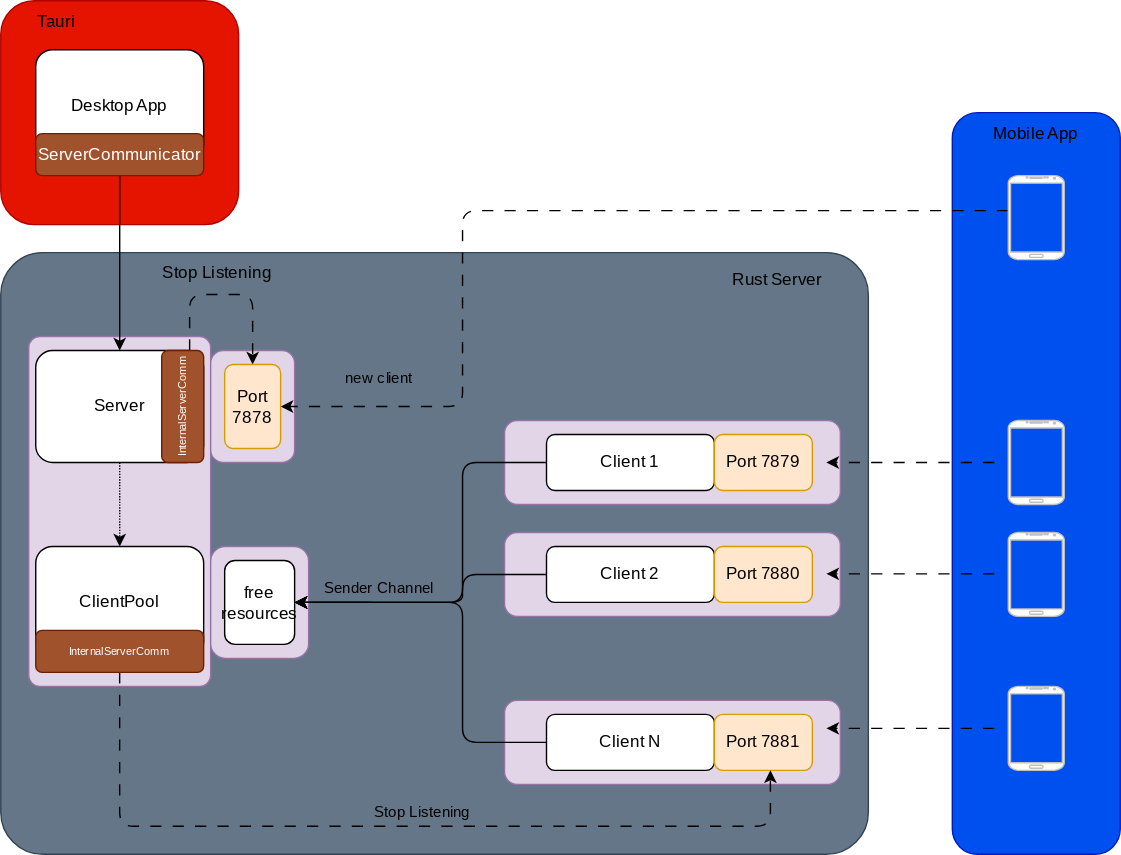
This is Architecture.svg from PropzSaladaz/Laze, a draw.io export, as it was before one commit. Source tidied: cells renumbered, new cells last; positions are measured from the earlier drawing's top-left corner, leaving out a move shared by most shapes. Its diagram source:
```xml
<mxGraphModel>
  <root>
    <mxCell id="0" />
    <mxCell id="1" parent="0" />
    <mxCell id="2" style="rounded=1;whiteSpace=wrap;html=1;fillColor=#0050ef;strokeColor=#001DBC;fontColor=#ffffff;" parent="1" vertex="1">
      <mxGeometry x="680" y="80" width="120" height="530" as="geometry" />
    </mxCell>
    <mxCell id="3" style="rounded=1;whiteSpace=wrap;html=1;arcSize=7;fillColor=#647687;fontColor=#ffffff;strokeColor=#314354;" parent="1" vertex="1">
      <mxGeometry y="180" width="620" height="430" as="geometry" />
    </mxCell>
    <mxCell id="4" style="rounded=1;whiteSpace=wrap;html=1;fillColor=#e51400;fontColor=#ffffff;strokeColor=#B20000;" parent="1" vertex="1">
      <mxGeometry width="170" height="160" as="geometry" />
    </mxCell>
    <mxCell id="5" style="rounded=1;whiteSpace=wrap;html=1;fillColor=#e1d5e7;strokeColor=#9673a6;arcSize=6;" parent="1" vertex="1">
      <mxGeometry x="20" y="240" width="130" height="250" as="geometry" />
    </mxCell>
    <mxCell id="6" style="rounded=1;whiteSpace=wrap;html=1;fillColor=#e1d5e7;strokeColor=#9673a6;" parent="1" vertex="1">
      <mxGeometry x="150" y="250" width="60" height="80" as="geometry" />
    </mxCell>
    <mxCell id="7" style="edgeStyle=orthogonalEdgeStyle;rounded=1;jettySize=auto;html=1;dashed=1;dashPattern=8 8;" parent="1" edge="1" source="43" target="35">
      <mxGeometry relative="1" as="geometry">
        <Array as="points">
          <mxPoint x="135" y="210" />
          <mxPoint x="180" y="210" />
        </Array>
      </mxGeometry>
    </mxCell>
    <mxCell id="8" style="rounded=1;whiteSpace=wrap;html=1;fillColor=#e1d5e7;strokeColor=#9673a6;" parent="1" vertex="1">
      <mxGeometry x="150" y="390" width="70" height="80" as="geometry" />
    </mxCell>
    <mxCell id="9" style="rounded=1;whiteSpace=wrap;html=1;fillColor=#e1d5e7;strokeColor=#9673a6;" parent="1" vertex="1">
      <mxGeometry x="360" y="500" width="240" height="60" as="geometry" />
    </mxCell>
    <mxCell id="10" style="rounded=1;whiteSpace=wrap;html=1;fillColor=#e1d5e7;strokeColor=#9673a6;" parent="1" vertex="1">
      <mxGeometry x="360" y="380" width="240" height="60" as="geometry" />
    </mxCell>
    <mxCell id="11" style="rounded=1;whiteSpace=wrap;html=1;fillColor=#e1d5e7;strokeColor=#9673a6;" parent="1" vertex="1">
      <mxGeometry x="360" y="300" width="240" height="60" as="geometry" />
    </mxCell>
    <mxCell id="12" style="edgeStyle=orthogonalEdgeStyle;rounded=1;jettySize=auto;html=1;dashed=1;dashPattern=1 1;" parent="1" edge="1" source="13" target="14">
      <mxGeometry relative="1" as="geometry" />
    </mxCell>
    <mxCell id="13" value="&lt;div&gt;Server&lt;/div&gt;" style="rounded=1;whiteSpace=wrap;html=1;fontFamily=Architects Daughter;" parent="1" vertex="1">
      <mxGeometry x="25" y="250" width="120" height="80" as="geometry" />
    </mxCell>
    <mxCell id="14" value="&lt;div&gt;ClientPool&lt;/div&gt;" style="rounded=1;whiteSpace=wrap;html=1;fontFamily=Architects Daughter;" parent="1" vertex="1">
      <mxGeometry x="25" y="390" width="120" height="80" as="geometry" />
    </mxCell>
    <mxCell id="15" style="edgeStyle=orthogonalEdgeStyle;rounded=1;orthogonalLoop=1;jettySize=auto;html=1;" parent="1" edge="1" source="37" target="37">
      <mxGeometry relative="1" as="geometry">
        <Array as="points">
          <mxPoint x="270" y="430" />
          <mxPoint x="270" y="430" />
        </Array>
      </mxGeometry>
    </mxCell>
    <mxCell id="16" value="Client 1" style="rounded=1;whiteSpace=wrap;html=1;fontFamily=Architects Daughter;" parent="1" vertex="1">
      <mxGeometry x="390" y="310" width="120" height="40" as="geometry" />
    </mxCell>
    <mxCell id="17" style="edgeStyle=orthogonalEdgeStyle;rounded=1;jettySize=auto;html=1;" parent="1" edge="1" source="18" target="37">
      <mxGeometry relative="1" as="geometry">
        <Array as="points">
          <mxPoint x="330" y="410" />
          <mxPoint x="330" y="430" />
        </Array>
      </mxGeometry>
    </mxCell>
    <mxCell id="18" value="Client 2" style="rounded=1;whiteSpace=wrap;html=1;fontFamily=Architects Daughter;" parent="1" vertex="1">
      <mxGeometry x="390" y="390" width="120" height="40" as="geometry" />
    </mxCell>
    <mxCell id="19" style="edgeStyle=orthogonalEdgeStyle;rounded=1;jettySize=auto;html=1;" parent="1" edge="1" source="21" target="37">
      <mxGeometry relative="1" as="geometry">
        <Array as="points">
          <mxPoint x="330" y="530" />
          <mxPoint x="330" y="430" />
        </Array>
      </mxGeometry>
    </mxCell>
    <mxCell id="20" value="Sender Channel" style="edgeLabel;html=1;align=center;verticalAlign=middle;rounded=1;fontFamily=Architects Daughter;labelBackgroundColor=none;" parent="19" vertex="1">
      <mxGeometry x="0.7" y="2" relative="1" as="geometry">
        <mxPoint x="18" y="-12" as="offset" />
      </mxGeometry>
    </mxCell>
    <mxCell id="21" value="Client N" style="rounded=1;whiteSpace=wrap;html=1;fontFamily=Architects Daughter;" parent="1" vertex="1">
      <mxGeometry x="390" y="510" width="120" height="40" as="geometry" />
    </mxCell>
    <mxCell id="22" value="Port 7879" style="rounded=1;whiteSpace=wrap;html=1;fillColor=#ffe6cc;strokeColor=#d79b00;fontFamily=Architects Daughter;" parent="1" vertex="1">
      <mxGeometry x="510" y="310" width="70" height="40" as="geometry" />
    </mxCell>
    <mxCell id="23" value="Port 7880" style="rounded=1;whiteSpace=wrap;html=1;fillColor=#ffe6cc;strokeColor=#d79b00;fontFamily=Architects Daughter;" parent="1" vertex="1">
      <mxGeometry x="510" y="390" width="70" height="40" as="geometry" />
    </mxCell>
    <mxCell id="24" value="Port 7881" style="rounded=1;whiteSpace=wrap;html=1;fillColor=#ffe6cc;strokeColor=#d79b00;fontFamily=Architects Daughter;" parent="1" vertex="1">
      <mxGeometry x="510" y="510" width="70" height="40" as="geometry" />
    </mxCell>
    <mxCell id="25" style="endArrow=classic;html=1;rounded=1;dashed=1;dashPattern=8 8;" parent="1" edge="1">
      <mxGeometry relative="1" as="geometry">
        <mxPoint x="710" y="330" as="sourcePoint" />
        <mxPoint x="590" y="330" as="targetPoint" />
      </mxGeometry>
    </mxCell>
    <mxCell id="26" style="endArrow=classic;html=1;rounded=1;dashed=1;dashPattern=8 8;" parent="1" edge="1">
      <mxGeometry relative="1" as="geometry">
        <mxPoint x="710" y="409.6" as="sourcePoint" />
        <mxPoint x="590" y="409.6" as="targetPoint" />
      </mxGeometry>
    </mxCell>
    <mxCell id="27" style="endArrow=classic;html=1;rounded=1;dashed=1;dashPattern=8 8;" parent="1" edge="1">
      <mxGeometry relative="1" as="geometry">
        <mxPoint x="710" y="520" as="sourcePoint" />
        <mxPoint x="590" y="520" as="targetPoint" />
      </mxGeometry>
    </mxCell>
    <mxCell id="28" style="verticalLabelPosition=bottom;verticalAlign=top;html=1;shadow=0;dashed=0;strokeWidth=1;shape=mxgraph.android.phone2;strokeColor=#c0c0c0;hachureGap=4;fontFamily=Architects Daughter;fontSource=https%3A%2F%2Ffonts.googleapis.com%2Fcss%3Ffamily%3DArchitects%2BDaughter;rounded=1;" parent="1" vertex="1">
      <mxGeometry x="720" y="300" width="40" height="60" as="geometry" />
    </mxCell>
    <mxCell id="29" style="verticalLabelPosition=bottom;verticalAlign=top;html=1;shadow=0;dashed=0;strokeWidth=1;shape=mxgraph.android.phone2;strokeColor=#c0c0c0;hachureGap=4;fontFamily=Architects Daughter;fontSource=https%3A%2F%2Ffonts.googleapis.com%2Fcss%3Ffamily%3DArchitects%2BDaughter;rounded=1;" parent="1" vertex="1">
      <mxGeometry x="720" y="380" width="40" height="60" as="geometry" />
    </mxCell>
    <mxCell id="30" style="verticalLabelPosition=bottom;verticalAlign=top;html=1;shadow=0;dashed=0;strokeWidth=1;shape=mxgraph.android.phone2;strokeColor=#c0c0c0;hachureGap=4;fontFamily=Architects Daughter;fontSource=https%3A%2F%2Ffonts.googleapis.com%2Fcss%3Ffamily%3DArchitects%2BDaughter;rounded=1;" parent="1" vertex="1">
      <mxGeometry x="720" y="490" width="40" height="60" as="geometry" />
    </mxCell>
    <mxCell id="31" style="edgeStyle=orthogonalEdgeStyle;rounded=1;jettySize=auto;html=1;" parent="1" edge="1" source="32" target="13">
      <mxGeometry relative="1" as="geometry" />
    </mxCell>
    <mxCell id="32" value="Desktop App" style="rounded=1;whiteSpace=wrap;html=1;fontFamily=Architects Daughter;" parent="1" vertex="1">
      <mxGeometry x="25" y="35" width="120" height="80" as="geometry" />
    </mxCell>
    <mxCell id="33" style="edgeStyle=orthogonalEdgeStyle;rounded=1;jettySize=auto;html=1;dashed=1;dashPattern=8 8;" parent="1" edge="1" source="44" target="24">
      <mxGeometry relative="1" as="geometry">
        <Array as="points">
          <mxPoint x="85" y="590" />
          <mxPoint x="550" y="590" />
        </Array>
      </mxGeometry>
    </mxCell>
    <mxCell id="34" value="Stop Listening" style="edgeLabel;html=1;align=center;verticalAlign=middle;fontFamily=Architects Daughter;rounded=1;labelBackgroundColor=none;" parent="33" vertex="1">
      <mxGeometry x="-0.1" y="-1" relative="1" as="geometry">
        <mxPoint x="48" y="-11" as="offset" />
      </mxGeometry>
    </mxCell>
    <mxCell id="35" value="&lt;div&gt;Port&lt;/div&gt;&lt;div&gt;7878&lt;/div&gt;" style="rounded=1;whiteSpace=wrap;html=1;fillColor=#ffe6cc;strokeColor=#d79b00;fontFamily=Architects Daughter;" parent="1" vertex="1">
      <mxGeometry x="160" y="260" width="40" height="60" as="geometry" />
    </mxCell>
    <mxCell id="36" style="edgeStyle=orthogonalEdgeStyle;rounded=1;jettySize=auto;html=1;" parent="1" edge="1" source="16" target="37">
      <mxGeometry relative="1" as="geometry">
        <Array as="points">
          <mxPoint x="330" y="330" />
          <mxPoint x="330" y="430" />
        </Array>
      </mxGeometry>
    </mxCell>
    <mxCell id="37" value="&lt;div&gt;free&lt;/div&gt;&lt;div&gt;resources&lt;/div&gt;" style="rounded=1;whiteSpace=wrap;html=1;fontFamily=Architects Daughter;" parent="1" vertex="1">
      <mxGeometry x="160" y="400" width="50" height="60" as="geometry" />
    </mxCell>
    <mxCell id="38" value="ServerCommunicator" style="rounded=1;whiteSpace=wrap;html=1;fillColor=#a0522d;strokeColor=#6D1F00;fontColor=#ffffff;fontFamily=Architects Daughter;" parent="1" vertex="1">
      <mxGeometry x="25" y="95" width="120" height="30" as="geometry" />
    </mxCell>
    <mxCell id="39" style="edgeStyle=orthogonalEdgeStyle;rounded=1;jettySize=auto;html=1;dashed=1;dashPattern=8 8;" parent="1" edge="1" source="41" target="35">
      <mxGeometry relative="1" as="geometry">
        <Array as="points">
          <mxPoint x="330" y="150" />
          <mxPoint x="330" y="290" />
        </Array>
      </mxGeometry>
    </mxCell>
    <mxCell id="40" value="new client" style="edgeLabel;html=1;align=center;verticalAlign=middle;fontFamily=Architects Daughter;rounded=1;labelBackgroundColor=none;" parent="39" vertex="1">
      <mxGeometry x="0.03" y="-1" relative="1" as="geometry">
        <mxPoint x="-111" y="121" as="offset" />
      </mxGeometry>
    </mxCell>
    <mxCell id="41" style="verticalLabelPosition=bottom;verticalAlign=top;html=1;shadow=0;dashed=0;strokeWidth=1;shape=mxgraph.android.phone2;strokeColor=#c0c0c0;hachureGap=4;fontFamily=Architects Daughter;fontSource=https%3A%2F%2Ffonts.googleapis.com%2Fcss%3Ffamily%3DArchitects%2BDaughter;rounded=1;" parent="1" vertex="1">
      <mxGeometry x="720" y="125" width="40" height="60" as="geometry" />
    </mxCell>
    <mxCell id="42" value="Stop Listening" style="text;html=1;align=center;verticalAlign=middle;whiteSpace=wrap;rounded=1;fontFamily=Architects Daughter;fontSource=https%3A%2F%2Ffonts.googleapis.com%2Fcss%3Ffamily%3DArchitects%2BDaughter;" parent="1" vertex="1">
      <mxGeometry x="110" y="185" width="90" height="20" as="geometry" />
    </mxCell>
    <mxCell id="43" value="InternalServerComm" style="rounded=1;whiteSpace=wrap;html=1;fillColor=#a0522d;strokeColor=#6D1F00;fontColor=#ffffff;fontFamily=Architects Daughter;fontSize=8;horizontal=0;" parent="1" vertex="1">
      <mxGeometry x="115" y="250" width="30" height="80" as="geometry" />
    </mxCell>
    <mxCell id="44" value="InternalServerComm" style="rounded=1;whiteSpace=wrap;html=1;fillColor=#a0522d;strokeColor=#6D1F00;fontColor=#ffffff;fontFamily=Architects Daughter;fontSize=8;horizontal=1;" parent="1" vertex="1">
      <mxGeometry x="25" y="450" width="120" height="30" as="geometry" />
    </mxCell>
    <mxCell id="45" value="Tauri" style="text;html=1;align=center;verticalAlign=middle;whiteSpace=wrap;rounded=0;fontFamily=Architects Daughter;" parent="1" vertex="1">
      <mxGeometry x="10" width="60" height="30" as="geometry" />
    </mxCell>
    <mxCell id="46" value="Rust Server" style="text;html=1;align=center;verticalAlign=middle;whiteSpace=wrap;rounded=0;fontFamily=Architects Daughter;" parent="1" vertex="1">
      <mxGeometry x="510" y="185" width="90" height="30" as="geometry" />
    </mxCell>
    <mxCell id="47" value="Mobile App" style="text;html=1;align=center;verticalAlign=middle;whiteSpace=wrap;rounded=0;fontFamily=Architects Daughter;" parent="1" vertex="1">
      <mxGeometry x="695" y="80" width="90" height="30" as="geometry" />
    </mxCell>
  </root>
</mxGraphModel>
```
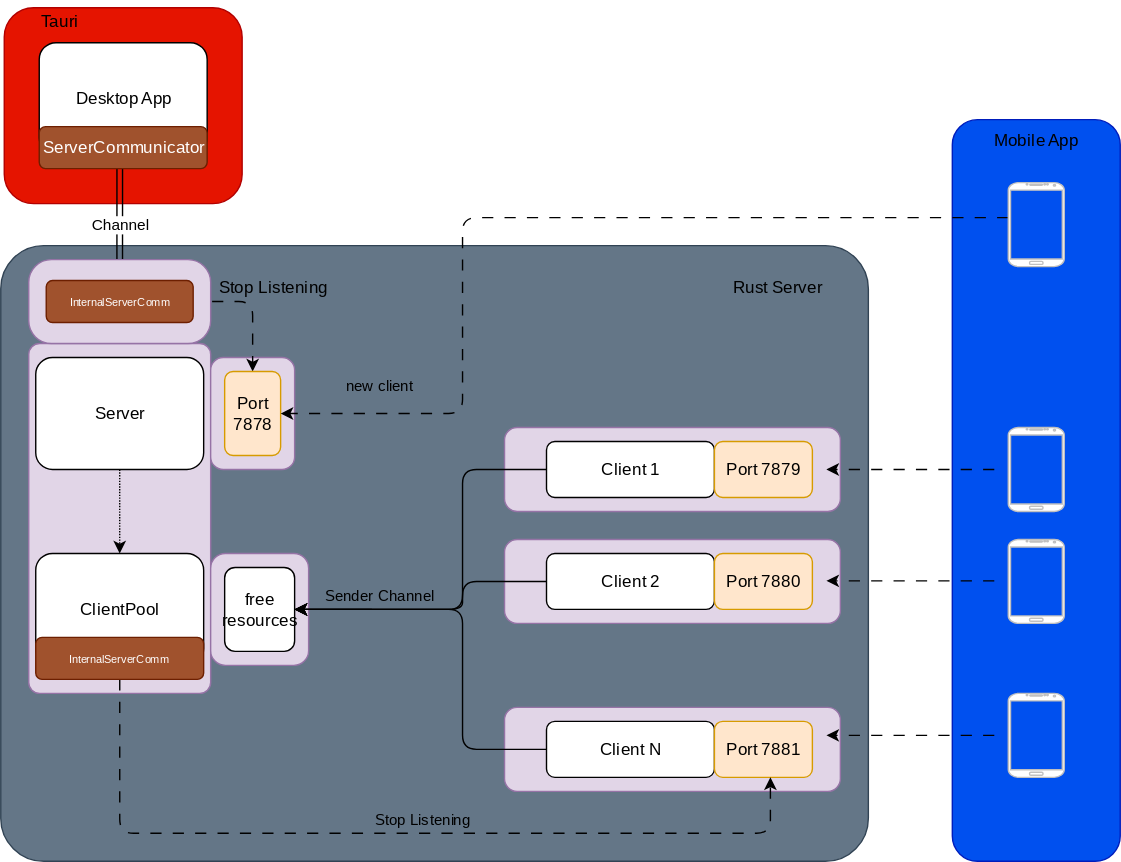
Above is the later version.

Commit message:
update architecture diagram

The edit, as a diff of the source:
```diff
@@ -6,10 +6,10 @@
       <mxGeometry x="680" y="80" width="120" height="530" as="geometry" />
     </mxCell>
     <mxCell id="3" style="rounded=1;whiteSpace=wrap;html=1;arcSize=7;fillColor=#647687;fontColor=#ffffff;strokeColor=#314354;" parent="1" vertex="1">
-      <mxGeometry y="180" width="620" height="430" as="geometry" />
+      <mxGeometry y="170" width="620" height="440" as="geometry" />
     </mxCell>
     <mxCell id="4" style="rounded=1;whiteSpace=wrap;html=1;fillColor=#e51400;fontColor=#ffffff;strokeColor=#B20000;" parent="1" vertex="1">
-      <mxGeometry width="170" height="160" as="geometry" />
+      <mxGeometry x="2.5" width="170" height="140" as="geometry" />
     </mxCell>
     <mxCell id="5" style="rounded=1;whiteSpace=wrap;html=1;fillColor=#e1d5e7;strokeColor=#9673a6;arcSize=6;" parent="1" vertex="1">
       <mxGeometry x="20" y="240" width="130" height="250" as="geometry" />
@@ -120,11 +120,21 @@
     <mxCell id="30" style="verticalLabelPosition=bottom;verticalAlign=top;html=1;shadow=0;dashed=0;strokeWidth=1;shape=mxgraph.android.phone2;strokeColor=#c0c0c0;hachureGap=4;fontFamily=Architects Daughter;fontSource=https%3A%2F%2Ffonts.googleapis.com%2Fcss%3Ffamily%3DArchitects%2BDaughter;rounded=1;" parent="1" vertex="1">
       <mxGeometry x="720" y="490" width="40" height="60" as="geometry" />
     </mxCell>
-    <mxCell id="31" style="edgeStyle=orthogonalEdgeStyle;rounded=1;jettySize=auto;html=1;" parent="1" edge="1" source="32" target="13">
-      <mxGeometry relative="1" as="geometry" />
+    <mxCell id="31" style="edgeStyle=orthogonalEdgeStyle;rounded=1;jettySize=auto;html=1;shape=link;" parent="1" edge="1" source="38" target="43">
+      <mxGeometry relative="1" as="geometry">
+        <Array as="points">
+          <mxPoint x="85" y="130" />
+          <mxPoint x="85" y="130" />
+        </Array>
+      </mxGeometry>
     </mxCell>
+    <mxCell id="48" value="Channel" style="edgeLabel;html=1;align=center;verticalAlign=middle;" parent="31" vertex="1">
+      <mxGeometry x="-0.17" y="-1" relative="1" as="geometry">
+        <mxPoint x="1" y="7" as="offset" />
+      </mxGeometry>
+    </mxCell>
     <mxCell id="32" value="Desktop App" style="rounded=1;whiteSpace=wrap;html=1;fontFamily=Architects Daughter;" parent="1" vertex="1">
-      <mxGeometry x="25" y="35" width="120" height="80" as="geometry" />
+      <mxGeometry x="27.5" y="25" width="120" height="80" as="geometry" />
     </mxCell>
     <mxCell id="33" style="edgeStyle=orthogonalEdgeStyle;rounded=1;jettySize=auto;html=1;dashed=1;dashPattern=8 8;" parent="1" edge="1" source="44" target="24">
       <mxGeometry relative="1" as="geometry">
@@ -154,7 +164,7 @@
       <mxGeometry x="160" y="400" width="50" height="60" as="geometry" />
     </mxCell>
     <mxCell id="38" value="ServerCommunicator" style="rounded=1;whiteSpace=wrap;html=1;fillColor=#a0522d;strokeColor=#6D1F00;fontColor=#ffffff;fontFamily=Architects Daughter;" parent="1" vertex="1">
-      <mxGeometry x="25" y="95" width="120" height="30" as="geometry" />
+      <mxGeometry x="27.5" y="85" width="120" height="30" as="geometry" />
     </mxCell>
     <mxCell id="39" style="edgeStyle=orthogonalEdgeStyle;rounded=1;jettySize=auto;html=1;dashed=1;dashPattern=8 8;" parent="1" edge="1" source="41" target="35">
       <mxGeometry relative="1" as="geometry">
@@ -173,16 +183,13 @@
       <mxGeometry x="720" y="125" width="40" height="60" as="geometry" />
     </mxCell>
     <mxCell id="42" value="Stop Listening" style="text;html=1;align=center;verticalAlign=middle;whiteSpace=wrap;rounded=1;fontFamily=Architects Daughter;fontSource=https%3A%2F%2Ffonts.googleapis.com%2Fcss%3Ffamily%3DArchitects%2BDaughter;" parent="1" vertex="1">
-      <mxGeometry x="110" y="185" width="90" height="20" as="geometry" />
+      <mxGeometry x="150" y="190" width="90" height="20" as="geometry" />
     </mxCell>
-    <mxCell id="43" value="InternalServerComm" style="rounded=1;whiteSpace=wrap;html=1;fillColor=#a0522d;strokeColor=#6D1F00;fontColor=#ffffff;fontFamily=Architects Daughter;fontSize=8;horizontal=0;" parent="1" vertex="1">
-      <mxGeometry x="115" y="250" width="30" height="80" as="geometry" />
-    </mxCell>
     <mxCell id="44" value="InternalServerComm" style="rounded=1;whiteSpace=wrap;html=1;fillColor=#a0522d;strokeColor=#6D1F00;fontColor=#ffffff;fontFamily=Architects Daughter;fontSize=8;horizontal=1;" parent="1" vertex="1">
       <mxGeometry x="25" y="450" width="120" height="30" as="geometry" />
     </mxCell>
     <mxCell id="45" value="Tauri" style="text;html=1;align=center;verticalAlign=middle;whiteSpace=wrap;rounded=0;fontFamily=Architects Daughter;" parent="1" vertex="1">
-      <mxGeometry x="10" width="60" height="30" as="geometry" />
+      <mxGeometry x="12.5" y="-5" width="60" height="30" as="geometry" />
     </mxCell>
     <mxCell id="46" value="Rust Server" style="text;html=1;align=center;verticalAlign=middle;whiteSpace=wrap;rounded=0;fontFamily=Architects Daughter;" parent="1" vertex="1">
       <mxGeometry x="510" y="185" width="90" height="30" as="geometry" />
@@ -190,5 +197,11 @@
     <mxCell id="47" value="Mobile App" style="text;html=1;align=center;verticalAlign=middle;whiteSpace=wrap;rounded=0;fontFamily=Architects Daughter;" parent="1" vertex="1">
       <mxGeometry x="695" y="80" width="90" height="30" as="geometry" />
     </mxCell>
+    <mxCell id="49" style="rounded=1;whiteSpace=wrap;html=1;fillColor=#e1d5e7;strokeColor=#9673a6;arcSize=27;" parent="1" vertex="1">
+      <mxGeometry x="20" y="180" width="130" height="60" as="geometry" />
+    </mxCell>
+    <mxCell id="43" value="InternalServerComm" style="rounded=1;whiteSpace=wrap;html=1;fillColor=#a0522d;strokeColor=#6D1F00;fontColor=#ffffff;fontFamily=Architects Daughter;fontSize=8;horizontal=0;rotation=90;" parent="1" vertex="1">
+      <mxGeometry x="70" y="157.5" width="30" height="105" as="geometry" />
+    </mxCell>
   </root>
 </mxGraphModel>
```
